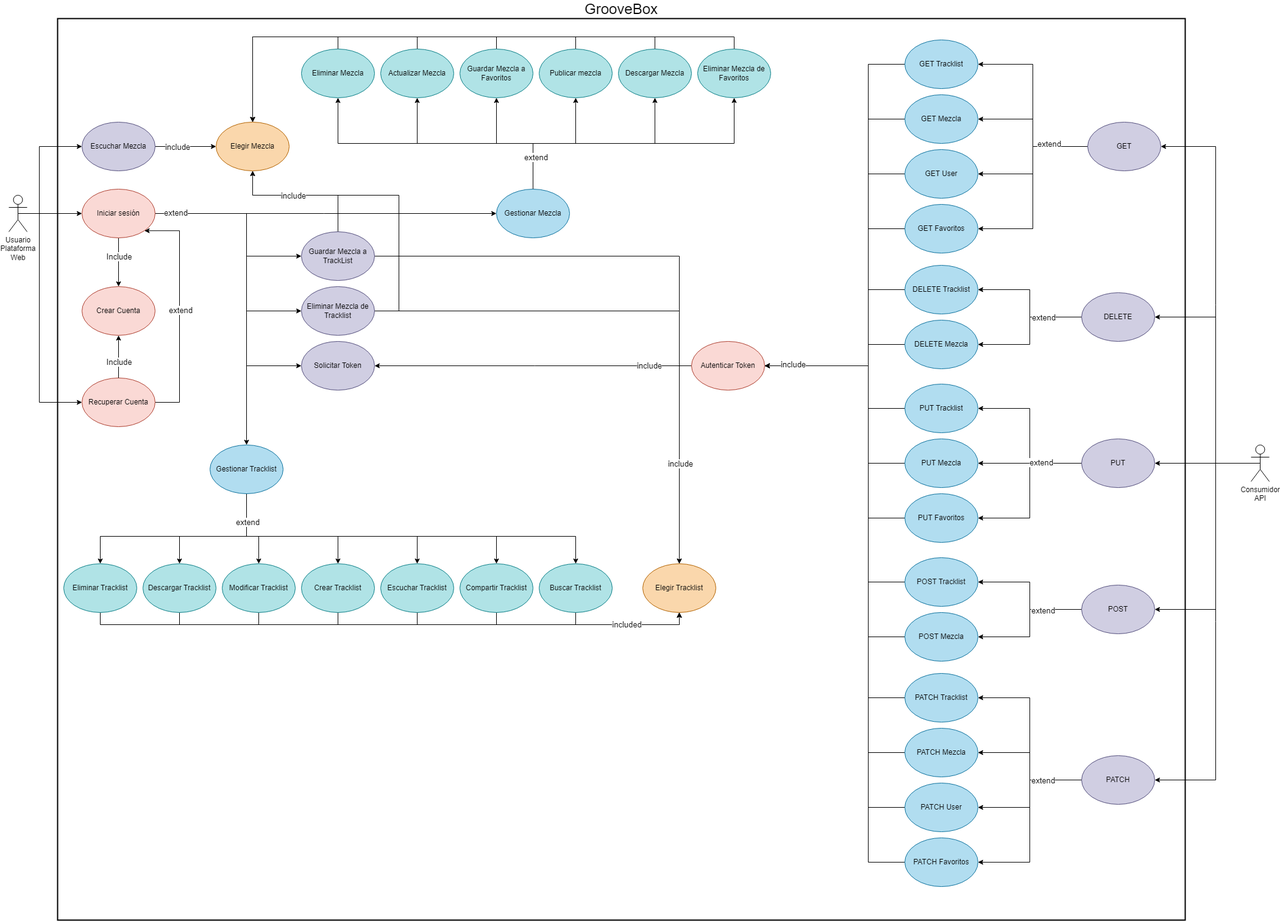
Before: assets/img/Diagrama de Casos de Uso GrooveBox.png, a diagram exported from draw.io (LukaLaKuka/GrooveBox). Source tidied: cells renumbered, new cells last; positions are measured from the earlier drawing's top-left corner, leaving out a move shared by most shapes.
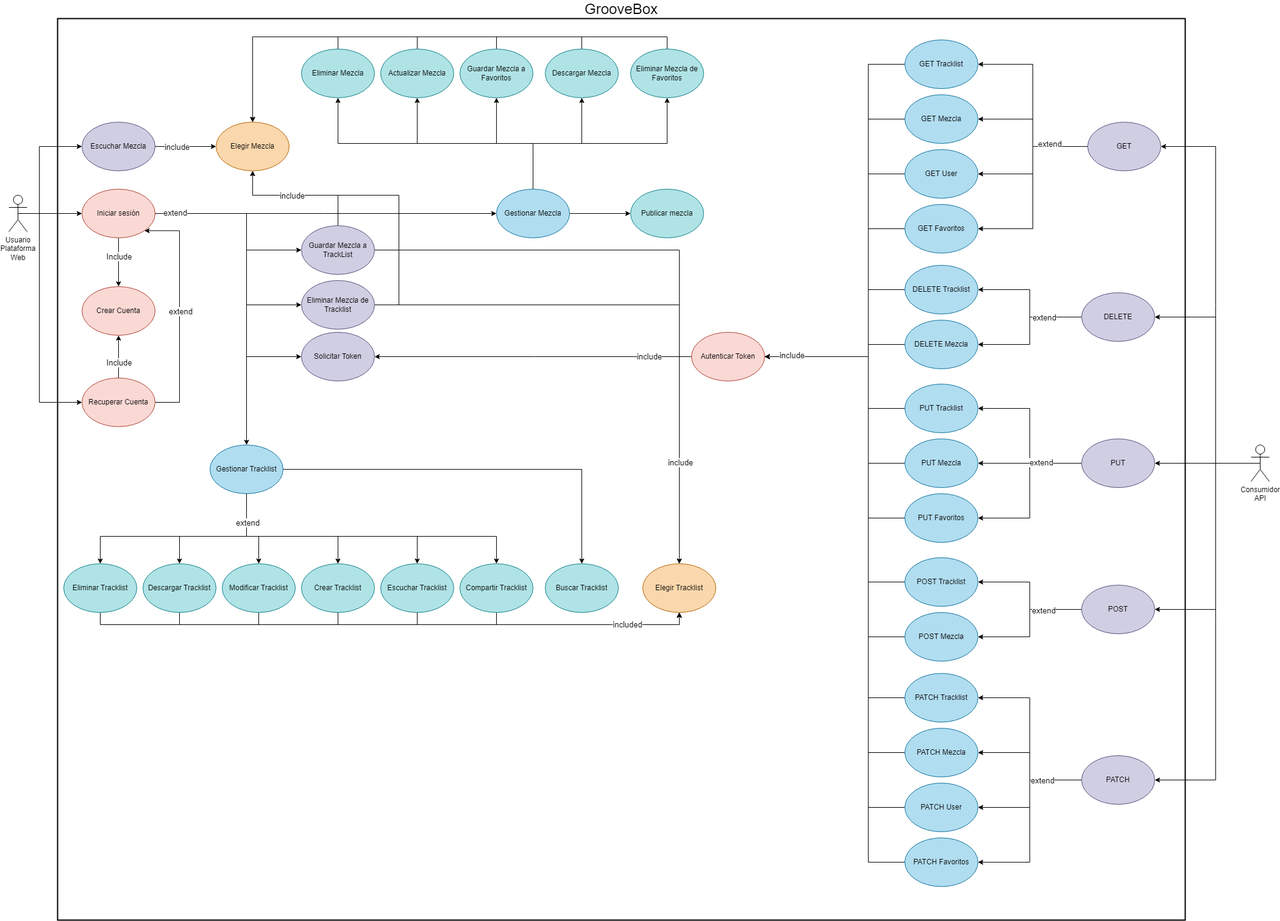
Above is the later version.

Commit message:
Diagrama de Casos de Uso terminado y corregido

What changed in the source:
```diff
@@ -69,7 +69,7 @@
       <mxGeometry relative="1" as="geometry">
         <Array as="points">
           <mxPoint x="390" y="350" />
-          <mxPoint x="390" y="420" />
+          <mxPoint x="390" y="410" />
         </Array>
       </mxGeometry>
     </mxCell>
@@ -77,7 +77,7 @@
       <mxGeometry relative="1" as="geometry">
         <Array as="points">
           <mxPoint x="390" y="350" />
-          <mxPoint x="390" y="510" />
+          <mxPoint x="390" y="500" />
         </Array>
       </mxGeometry>
     </mxCell>
@@ -85,7 +85,7 @@
       <mxGeometry relative="1" as="geometry">
         <Array as="points">
           <mxPoint x="390" y="350" />
-          <mxPoint x="390" y="600" />
+          <mxPoint x="390" y="585" />
         </Array>
       </mxGeometry>
     </mxCell>
@@ -97,11 +97,8 @@
     <mxCell id="22" value="Iniciar sesión" style="ellipse;whiteSpace=wrap;html=1;fillColor=#fad9d5;strokeColor=#ae4132;" parent="1" vertex="1">
       <mxGeometry x="120" y="310" width="120" height="80" as="geometry" />
     </mxCell>
-    <mxCell id="23" style="edgeStyle=orthogonalEdgeStyle;rounded=0;jettySize=auto;html=1;exitX=0.5;exitY=0;exitDx=0;exitDy=0;entryX=0.5;entryY=0;entryDx=0;entryDy=0;" parent="1" edge="1" source="24" target="76">
-      <mxGeometry relative="1" as="geometry" />
-    </mxCell>
     <mxCell id="24" value="Publicar mezcla" style="ellipse;whiteSpace=wrap;html=1;fillColor=#b0e3e6;strokeColor=#0e8088;" parent="1" vertex="1">
-      <mxGeometry x="870" y="80" width="120" height="80" as="geometry" />
+      <mxGeometry x="1020" y="310" width="120" height="80" as="geometry" />
     </mxCell>
     <mxCell id="25" style="edgeStyle=orthogonalEdgeStyle;rounded=0;jettySize=auto;html=1;exitX=0.5;exitY=0;exitDx=0;exitDy=0;entryX=0.5;entryY=0;entryDx=0;entryDy=0;" parent="1" edge="1" source="26" target="76">
       <mxGeometry relative="1" as="geometry" />
@@ -119,7 +116,7 @@
       <mxGeometry relative="1" as="geometry" />
     </mxCell>
     <mxCell id="30" value="Descargar Mezcla" style="ellipse;whiteSpace=wrap;html=1;fillColor=#b0e3e6;strokeColor=#0e8088;" parent="1" vertex="1">
-      <mxGeometry x="1000" y="80" width="120" height="80" as="geometry" />
+      <mxGeometry x="880" y="80" width="120" height="80" as="geometry" />
     </mxCell>
     <mxCell id="31" style="edgeStyle=orthogonalEdgeStyle;rounded=0;jettySize=auto;html=1;exitX=0.5;exitY=0;exitDx=0;exitDy=0;entryX=0.5;entryY=0;entryDx=0;entryDy=0;" parent="1" edge="1" source="32" target="76">
       <mxGeometry relative="1" as="geometry" />
@@ -139,7 +136,7 @@
       <mxGeometry relative="1" as="geometry" />
     </mxCell>
     <mxCell id="35" value="Guardar Mezcla a TrackList" style="ellipse;whiteSpace=wrap;html=1;fillColor=#d0cee2;strokeColor=#56517e;" parent="1" vertex="1">
-      <mxGeometry x="480" y="380" width="120" height="80" as="geometry" />
+      <mxGeometry x="480" y="370" width="120" height="80" as="geometry" />
     </mxCell>
     <mxCell id="36" style="edgeStyle=orthogonalEdgeStyle;rounded=0;jettySize=auto;html=1;exitX=0.5;exitY=1;exitDx=0;exitDy=0;entryX=0.5;entryY=1;entryDx=0;entryDy=0;" parent="1" edge="1" source="37" target="79">
       <mxGeometry relative="1" as="geometry" />
@@ -151,7 +148,7 @@
       <mxGeometry relative="1" as="geometry" />
     </mxCell>
     <mxCell id="39" value="Eliminar Mezcla de Favoritos" style="ellipse;whiteSpace=wrap;html=1;fillColor=#b0e3e6;strokeColor=#0e8088;" parent="1" vertex="1">
-      <mxGeometry x="1130" y="80" width="120" height="80" as="geometry" />
+      <mxGeometry x="1020" y="80" width="120" height="80" as="geometry" />
     </mxCell>
     <mxCell id="40" style="edgeStyle=orthogonalEdgeStyle;rounded=0;jettySize=auto;html=1;exitX=0.5;exitY=1;exitDx=0;exitDy=0;entryX=0.5;entryY=1;entryDx=0;entryDy=0;" parent="1" edge="1" source="41" target="79">
       <mxGeometry relative="1" as="geometry" />
@@ -180,7 +177,7 @@
     <mxCell id="48" style="edgeStyle=orthogonalEdgeStyle;rounded=0;jettySize=auto;html=1;exitX=1;exitY=0.5;exitDx=0;exitDy=0;entryX=0.5;entryY=1;entryDx=0;entryDy=0;" parent="1" edge="1" source="52" target="76">
       <mxGeometry relative="1" as="geometry">
         <Array as="points">
-          <mxPoint x="640" y="510" />
+          <mxPoint x="640" y="500" />
           <mxPoint x="640" y="320" />
           <mxPoint x="400" y="320" />
         </Array>
@@ -196,13 +193,10 @@
       <mxGeometry x="0.64" y="1" relative="1" as="geometry" />
     </mxCell>
     <mxCell id="52" value="Eliminar Mezcla de Tracklist" style="ellipse;whiteSpace=wrap;html=1;fillColor=#d0cee2;strokeColor=#56517e;" parent="1" vertex="1">
-      <mxGeometry x="480" y="470" width="120" height="80" as="geometry" />
+      <mxGeometry x="480" y="460" width="120" height="80" as="geometry" />
     </mxCell>
-    <mxCell id="53" style="edgeStyle=orthogonalEdgeStyle;rounded=0;jettySize=auto;html=1;exitX=0.5;exitY=1;exitDx=0;exitDy=0;entryX=0.5;entryY=1;entryDx=0;entryDy=0;" parent="1" edge="1" source="54" target="79">
-      <mxGeometry relative="1" as="geometry" />
-    </mxCell>
     <mxCell id="54" value="Buscar Tracklist" style="ellipse;whiteSpace=wrap;html=1;fillColor=#b0e3e6;strokeColor=#0e8088;" parent="1" vertex="1">
-      <mxGeometry x="870" y="925" width="120" height="80" as="geometry" />
+      <mxGeometry x="880" y="925" width="120" height="80" as="geometry" />
     </mxCell>
     <mxCell id="55" style="edgeStyle=orthogonalEdgeStyle;rounded=0;jettySize=auto;html=1;exitX=0.5;exitY=0;exitDx=0;exitDy=0;entryX=0.5;entryY=1;entryDx=0;entryDy=0;" parent="1" edge="1" source="62" target="26">
       <mxGeometry relative="1" as="geometry" />
@@ -219,12 +213,9 @@
     <mxCell id="59" style="edgeStyle=orthogonalEdgeStyle;rounded=0;jettySize=auto;html=1;exitX=0.5;exitY=0;exitDx=0;exitDy=0;entryX=0.5;entryY=1;entryDx=0;entryDy=0;" parent="1" edge="1" source="62" target="32">
       <mxGeometry relative="1" as="geometry" />
     </mxCell>
-    <mxCell id="60" style="edgeStyle=orthogonalEdgeStyle;rounded=0;jettySize=auto;html=1;exitX=0.5;exitY=0;exitDx=0;exitDy=0;entryX=0.5;entryY=1;entryDx=0;entryDy=0;" parent="1" edge="1" source="62" target="24">
+    <mxCell id="60" style="edgeStyle=orthogonalEdgeStyle;rounded=0;jettySize=auto;html=1;exitX=1;exitY=0.5;exitDx=0;exitDy=0;entryX=0;entryY=0.5;entryDx=0;entryDy=0;" parent="1" edge="1" source="62" target="24">
       <mxGeometry relative="1" as="geometry" />
     </mxCell>
-    <mxCell id="61" value="extend" style="edgeLabel;html=1;align=center;verticalAlign=middle;fontSize=13;" parent="60" vertex="1">
-      <mxGeometry x="-0.53" y="-4" relative="1" as="geometry" />
-    </mxCell>
     <mxCell id="62" value="Gestionar Mezcla" style="ellipse;whiteSpace=wrap;html=1;fillColor=#b1ddf0;strokeColor=#10739e;" parent="1" vertex="1">
       <mxGeometry x="800" y="310" width="120" height="80" as="geometry" />
     </mxCell>
@@ -255,14 +246,6 @@
         </Array>
       </mxGeometry>
     </mxCell>
-    <mxCell id="67" style="edgeStyle=orthogonalEdgeStyle;rounded=0;jettySize=auto;html=1;exitX=0.5;exitY=1;exitDx=0;exitDy=0;entryX=0.5;entryY=0;entryDx=0;entryDy=0;" parent="1" edge="1" source="72" target="54">
-      <mxGeometry relative="1" as="geometry">
-        <Array as="points">
-          <mxPoint x="390" y="880" />
-          <mxPoint x="930" y="880" />
-        </Array>
-      </mxGeometry>
-    </mxCell>
     <mxCell id="68" style="edgeStyle=orthogonalEdgeStyle;rounded=0;jettySize=auto;html=1;exitX=0.5;exitY=1;exitDx=0;exitDy=0;entryX=0.5;entryY=0;entryDx=0;entryDy=0;" parent="1" edge="1" source="72" target="41">
       <mxGeometry relative="1" as="geometry">
         <Array as="points">
@@ -290,6 +273,13 @@
     <mxCell id="71" value="&lt;font style=&quot;font-size: 13px;&quot;&gt;extend&lt;/font&gt;" style="edgeLabel;html=1;align=center;verticalAlign=middle;" parent="70" vertex="1">
       <mxGeometry x="-0.74" y="1" relative="1" as="geometry" />
     </mxCell>
+    <mxCell id="67" style="edgeStyle=orthogonalEdgeStyle;rounded=0;jettySize=auto;html=1;exitX=1;exitY=0.5;exitDx=0;exitDy=0;entryX=0.5;entryY=0;entryDx=0;entryDy=0;" parent="1" edge="1" source="72" target="54">
+      <mxGeometry relative="1" as="geometry">
+        <Array as="points">
+          <mxPoint x="940" y="770" />
+        </Array>
+      </mxGeometry>
+    </mxCell>
     <mxCell id="72" value="Gestionar Tracklist" style="ellipse;whiteSpace=wrap;html=1;fillColor=#b1ddf0;strokeColor=#10739e;" parent="1" vertex="1">
       <mxGeometry x="330" y="730" width="120" height="80" as="geometry" />
     </mxCell>
@@ -353,7 +343,7 @@
       <mxGeometry x="2038" y="730" width="30" height="60" as="geometry" />
     </mxCell>
     <mxCell id="86" value="Solicitar Token" style="ellipse;whiteSpace=wrap;html=1;fillColor=#d0cee2;strokeColor=#56517e;" parent="1" vertex="1">
-      <mxGeometry x="480" y="560" width="120" height="80" as="geometry" />
+      <mxGeometry x="480" y="545" width="120" height="80" as="geometry" />
     </mxCell>
     <mxCell id="87" style="edgeStyle=orthogonalEdgeStyle;rounded=0;jettySize=auto;html=1;exitX=0;exitY=0.5;exitDx=0;exitDy=0;entryX=1;entryY=0.5;entryDx=0;entryDy=0;" parent="1" edge="1" source="89" target="86">
       <mxGeometry relative="1" as="geometry" />
@@ -362,13 +352,13 @@
       <mxGeometry x="-0.73" y="-1" relative="1" as="geometry" />
     </mxCell>
     <mxCell id="89" value="Autenticar Token" style="ellipse;whiteSpace=wrap;html=1;fillColor=#fad9d5;strokeColor=#ae4132;" parent="1" vertex="1">
-      <mxGeometry x="1120" y="560" width="120" height="80" as="geometry" />
+      <mxGeometry x="1120" y="545" width="120" height="80" as="geometry" />
     </mxCell>
     <mxCell id="90" style="edgeStyle=orthogonalEdgeStyle;rounded=0;jettySize=auto;html=1;exitX=0;exitY=0.5;exitDx=0;exitDy=0;entryX=1;entryY=0.5;entryDx=0;entryDy=0;" parent="1" edge="1" source="91" target="89">
       <mxGeometry relative="1" as="geometry">
         <Array as="points">
           <mxPoint x="1410" y="955" />
-          <mxPoint x="1410" y="600" />
+          <mxPoint x="1410" y="585" />
         </Array>
       </mxGeometry>
     </mxCell>
@@ -379,7 +369,7 @@
       <mxGeometry relative="1" as="geometry">
         <Array as="points">
           <mxPoint x="1410" y="1045" />
-          <mxPoint x="1410" y="600" />
+          <mxPoint x="1410" y="585" />
         </Array>
       </mxGeometry>
     </mxCell>
@@ -390,7 +380,7 @@
       <mxGeometry relative="1" as="geometry">
         <Array as="points">
           <mxPoint x="1410" y="850" />
-          <mxPoint x="1410" y="600" />
+          <mxPoint x="1410" y="585" />
         </Array>
       </mxGeometry>
     </mxCell>
@@ -401,7 +391,7 @@
       <mxGeometry relative="1" as="geometry">
         <Array as="points">
           <mxPoint x="1410" y="1145" />
-          <mxPoint x="1410" y="600" />
+          <mxPoint x="1410" y="585" />
         </Array>
       </mxGeometry>
     </mxCell>
@@ -412,7 +402,7 @@
       <mxGeometry relative="1" as="geometry">
         <Array as="points">
           <mxPoint x="1410" y="1235" />
-          <mxPoint x="1410" y="600" />
+          <mxPoint x="1410" y="585" />
         </Array>
       </mxGeometry>
     </mxCell>
@@ -423,7 +413,7 @@
       <mxGeometry relative="1" as="geometry">
         <Array as="points">
           <mxPoint x="1410" y="1325" />
-          <mxPoint x="1410" y="600" />
+          <mxPoint x="1410" y="585" />
         </Array>
       </mxGeometry>
     </mxCell>
@@ -434,7 +424,7 @@
       <mxGeometry relative="1" as="geometry">
         <Array as="points">
           <mxPoint x="1410" y="1415" />
-          <mxPoint x="1410" y="600" />
+          <mxPoint x="1410" y="585" />
         </Array>
       </mxGeometry>
     </mxCell>
@@ -445,7 +435,7 @@
       <mxGeometry relative="1" as="geometry">
         <Array as="points">
           <mxPoint x="1410" y="565" />
-          <mxPoint x="1410" y="600" />
+          <mxPoint x="1410" y="585" />
         </Array>
       </mxGeometry>
     </mxCell>
@@ -456,7 +446,7 @@
       <mxGeometry relative="1" as="geometry">
         <Array as="points">
           <mxPoint x="1410" y="670" />
-          <mxPoint x="1410" y="600" />
+          <mxPoint x="1410" y="585" />
         </Array>
       </mxGeometry>
     </mxCell>
@@ -467,7 +457,7 @@
       <mxGeometry relative="1" as="geometry">
         <Array as="points">
           <mxPoint x="1410" y="760" />
-          <mxPoint x="1410" y="600" />
+          <mxPoint x="1410" y="585" />
         </Array>
       </mxGeometry>
     </mxCell>
@@ -478,7 +468,7 @@
       <mxGeometry relative="1" as="geometry">
         <Array as="points">
           <mxPoint x="1410" y="105" />
-          <mxPoint x="1410" y="600" />
+          <mxPoint x="1410" y="585" />
         </Array>
       </mxGeometry>
     </mxCell>
@@ -489,7 +479,7 @@
       <mxGeometry relative="1" as="geometry">
         <Array as="points">
           <mxPoint x="1410" y="195" />
-          <mxPoint x="1410" y="600" />
+          <mxPoint x="1410" y="585" />
         </Array>
       </mxGeometry>
     </mxCell>
@@ -500,7 +490,7 @@
       <mxGeometry relative="1" as="geometry">
         <Array as="points">
           <mxPoint x="1410" y="285" />
-          <mxPoint x="1410" y="600" />
+          <mxPoint x="1410" y="585" />
         </Array>
       </mxGeometry>
     </mxCell>
@@ -511,7 +501,7 @@
       <mxGeometry relative="1" as="geometry">
         <Array as="points">
           <mxPoint x="1410" y="375" />
-          <mxPoint x="1410" y="600" />
+          <mxPoint x="1410" y="585" />
         </Array>
       </mxGeometry>
     </mxCell>
@@ -522,7 +512,7 @@
       <mxGeometry relative="1" as="geometry">
         <Array as="points">
           <mxPoint x="1410" y="475" />
-          <mxPoint x="1410" y="600" />
+          <mxPoint x="1410" y="585" />
         </Array>
       </mxGeometry>
     </mxCell>
```
